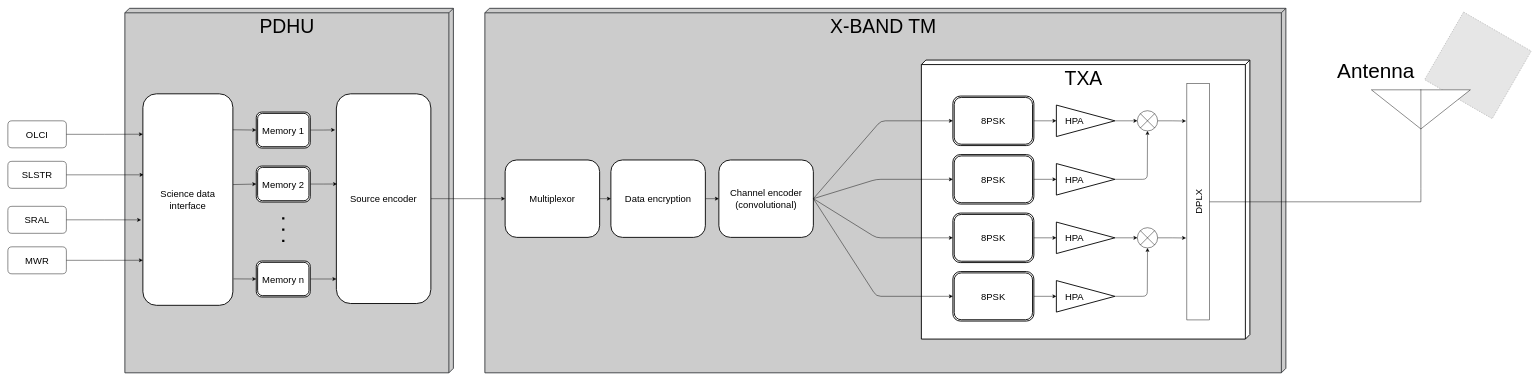
This is Diagram/Diagrama.drawio from temisAP/Comunicaciones, a draw.io file, before an edit. Source tidied: cells renumbered, new cells numbered last; positions are measured from the earlier drawing's top-left corner, leaving out a move shared by most shapes. Both pictures are drawn from the tidied source at 45%, with x=0, y=0 at pixel (8, 8). Pictures stored in the file or linked from it are replaced by grey dashed boxes.
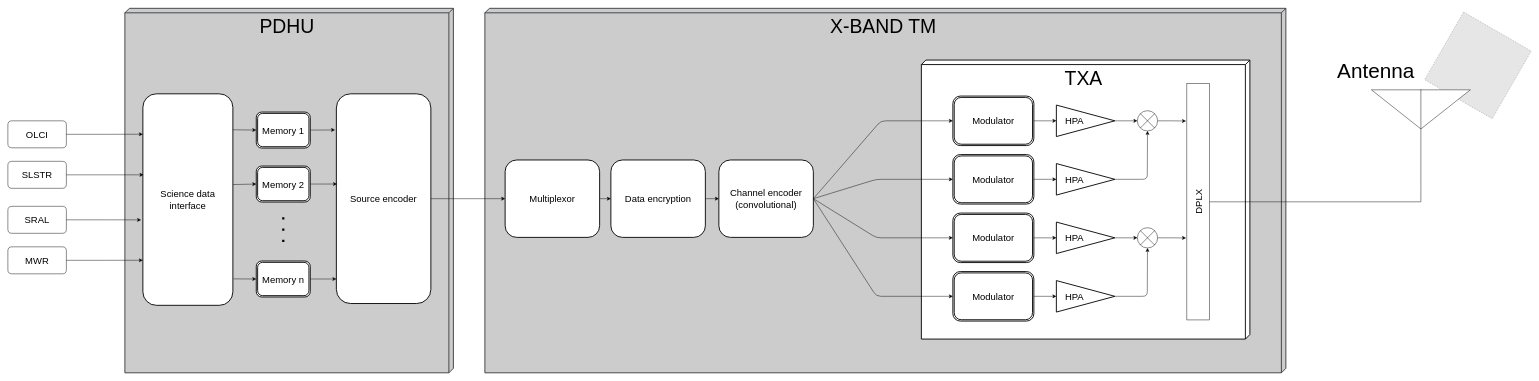
The same page after the edit.

Diff of the diagram source:
```diff
@@
-    <mxCell id="13" value="8PSK" style="shape=ext;double=1;rounded=1;whiteSpace=wrap;html=1;strokeWidth=2;fontSize=21;align=center;" parent="1" vertex="1">
+    <mxCell id="13" value="Modulator" style="shape=ext;double=1;rounded=1;whiteSpace=wrap;html=1;strokeWidth=2;fontSize=21;align=center;" parent="1" vertex="1">
       <mxGeometry x="2100" y="195" width="180" height="110" as="geometry" />
     </mxCell>
-    <mxCell id="14" value="8PSK" style="shape=ext;double=1;rounded=1;whiteSpace=wrap;html=1;strokeWidth=2;fontSize=21;align=center;" parent="1" vertex="1">
+    <mxCell id="14" value="Modulator" style="shape=ext;double=1;rounded=1;whiteSpace=wrap;html=1;strokeWidth=2;fontSize=21;align=center;" parent="1" vertex="1">
       <mxGeometry x="2100" y="325" width="180" height="110" as="geometry" />
     </mxCell>
-    <mxCell id="15" value="8PSK" style="shape=ext;double=1;rounded=1;whiteSpace=wrap;html=1;strokeWidth=2;fontSize=21;align=center;" parent="1" vertex="1">
+    <mxCell id="15" value="Modulator" style="shape=ext;double=1;rounded=1;whiteSpace=wrap;html=1;strokeWidth=2;fontSize=21;align=center;" parent="1" vertex="1">
       <mxGeometry x="2100" y="455" width="180" height="110" as="geometry" />
     </mxCell>
-    <mxCell id="16" value="8PSK" style="shape=ext;double=1;rounded=1;whiteSpace=wrap;html=1;strokeWidth=2;fontSize=21;align=center;" parent="1" vertex="1">
+    <mxCell id="16" value="Modulator" style="shape=ext;double=1;rounded=1;whiteSpace=wrap;html=1;strokeWidth=2;fontSize=21;align=center;" parent="1" vertex="1">
       <mxGeometry x="2100" y="585" width="180" height="110" as="geometry" />
     </mxCell>
```
